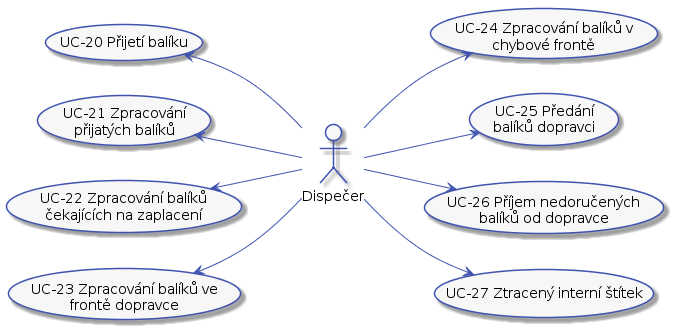
Earlier version of the PlantUML export docs/diagrams/out/ucs-dispecer.png (Internet-Handel/postman).
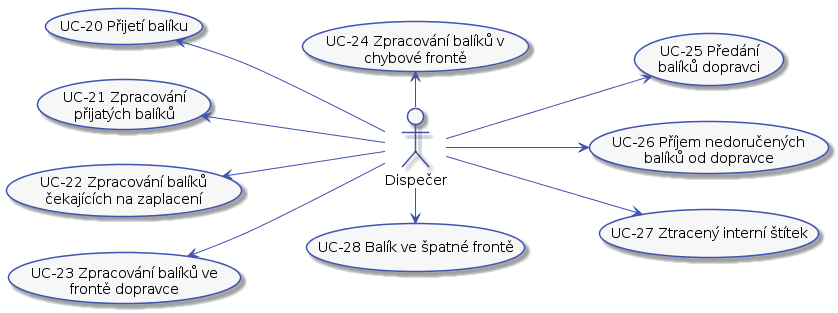
Later version of the same file.

Change to the diagram source:
```diff
@@ -62,13 +62,15 @@
 (UC-25 Předání\nbalíků dopravci) as (UC-25)
 (UC-26 Příjem nedoručených\nbalíků od dopravce) as (UC-26)
 (UC-27 Ztracený interní štítek) as (UC-27)
+(UC-28 Balík ve špatné frontě) as (UC-28)
 
 dispecer -up-> (UC-23)
 dispecer -up-> (UC-22)
 dispecer -up-> (UC-21)
 dispecer -up-> (UC-20)
-dispecer --> (UC-24)
+dispecer -left-> (UC-24)
 dispecer --> (UC-25)
 dispecer --> (UC-26)
 dispecer --> (UC-27)
+dispecer -right-> (UC-28)
 @enduml
```
